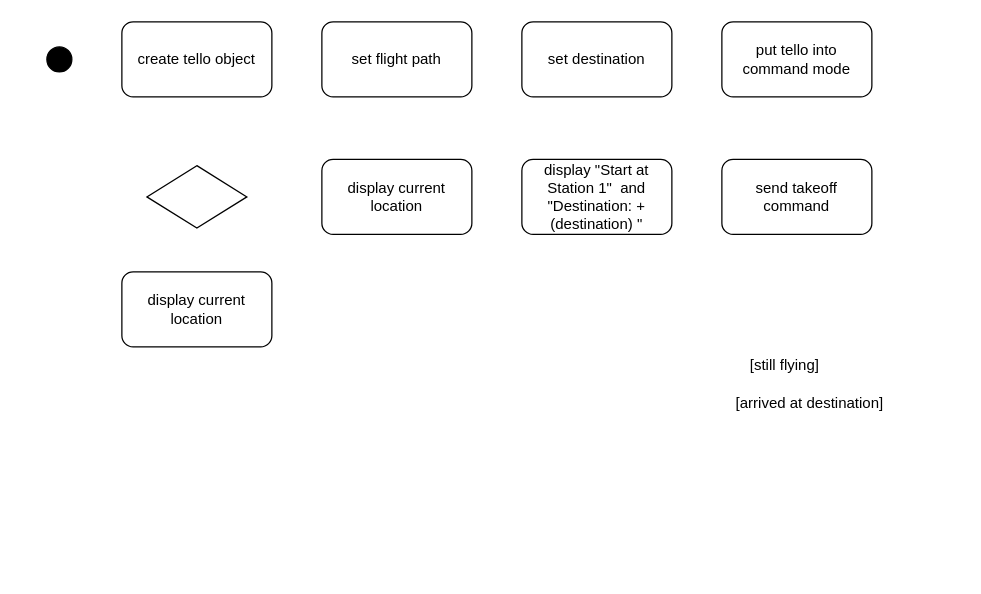
Before: tuto5wia2002q6.drawio in justn0thinghere/drawio, a draw.io diagram. Source tidied: cells renumbered, new cells numbered last; positions are measured from the earlier drawing's top-left corner, leaving out a move shared by most shapes. Both pictures are drawn from the tidied source at 125%, with x=0, y=0 at pixel (46, 21).
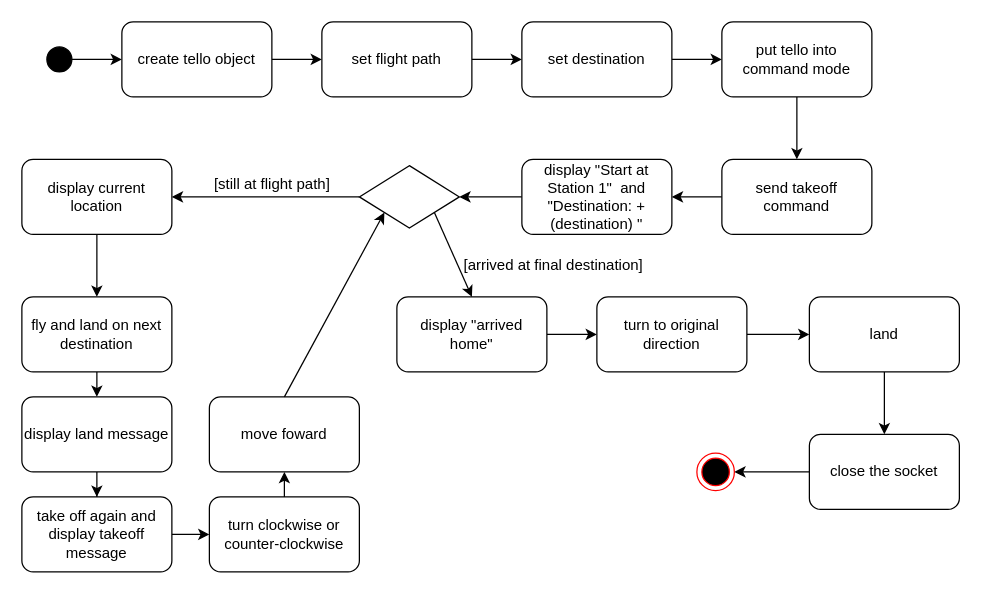
After the change.

Unchanged cells that the change refers to:
```xml
<mxCell id="2" style="ellipse;whiteSpace=wrap;html=1;fillColor=#000000;" parent="1" vertex="1">
  <mxGeometry y="20" width="20" height="20" as="geometry" />
</mxCell>
<mxCell id="3" value="create tello object" style="rounded=1;whiteSpace=wrap;html=1;" parent="1" vertex="1">
  <mxGeometry x="60" width="120" height="60" as="geometry" />
</mxCell>
<mxCell id="4" value="set flight path" style="rounded=1;whiteSpace=wrap;html=1;" parent="1" vertex="1">
  <mxGeometry x="220" width="120" height="60" as="geometry" />
</mxCell>
<mxCell id="5" value="set destination" style="rounded=1;whiteSpace=wrap;html=1;" parent="1" vertex="1">
  <mxGeometry x="380" width="120" height="60" as="geometry" />
</mxCell>
<mxCell id="6" value="put tello into command mode" style="rounded=1;whiteSpace=wrap;html=1;" parent="1" vertex="1">
  <mxGeometry x="540" width="120" height="60" as="geometry" />
</mxCell>
<mxCell id="7" value="send takeoff command" style="rounded=1;whiteSpace=wrap;html=1;" parent="1" vertex="1">
  <mxGeometry x="540" y="110" width="120" height="60" as="geometry" />
</mxCell>
<mxCell id="8" value="display &quot;Start at Station 1&quot;&amp;nbsp; and &quot;Destination: + (destination) &quot;" style="rounded=1;whiteSpace=wrap;html=1;" parent="1" vertex="1">
  <mxGeometry x="380" y="110" width="120" height="60" as="geometry" />
</mxCell>
```

Change to the diagram source:
```diff
@@
+    <mxCell id="14" style="edgeStyle=orthogonalEdgeStyle;rounded=0;jettySize=auto;html=1;entryX=0;entryY=0.5;entryDx=0;entryDy=0;" parent="1" edge="1" source="2" target="3">
+      <mxGeometry relative="1" as="geometry" />
+    </mxCell>
@@
+    <mxCell id="15" style="edgeStyle=orthogonalEdgeStyle;rounded=0;jettySize=auto;html=1;entryX=0;entryY=0.5;entryDx=0;entryDy=0;" parent="1" edge="1" source="3" target="4">
+      <mxGeometry relative="1" as="geometry" />
+    </mxCell>
@@
+    <mxCell id="16" style="edgeStyle=orthogonalEdgeStyle;rounded=0;jettySize=auto;html=1;" parent="1" edge="1" source="4" target="5">
+      <mxGeometry relative="1" as="geometry" />
+    </mxCell>
@@
+    <mxCell id="17" style="edgeStyle=orthogonalEdgeStyle;rounded=0;jettySize=auto;html=1;" parent="1" edge="1" source="5" target="6">
+      <mxGeometry relative="1" as="geometry" />
+    </mxCell>
@@
+    <mxCell id="18" style="edgeStyle=orthogonalEdgeStyle;rounded=0;jettySize=auto;html=1;" parent="1" edge="1" source="6" target="7">
+      <mxGeometry relative="1" as="geometry" />
+    </mxCell>
@@
+    <mxCell id="19" style="edgeStyle=orthogonalEdgeStyle;rounded=0;jettySize=auto;html=1;" parent="1" edge="1" source="7" target="8">
+      <mxGeometry relative="1" as="geometry" />
+    </mxCell>
@@
+    <mxCell id="20" style="edgeStyle=orthogonalEdgeStyle;rounded=0;jettySize=auto;html=1;" parent="1" edge="1" source="8" target="10">
+      <mxGeometry relative="1" as="geometry" />
+    </mxCell>
@@
+    <mxCell id="21" style="edgeStyle=orthogonalEdgeStyle;rounded=0;jettySize=auto;html=1;" parent="1" edge="1" source="9" target="13">
+      <mxGeometry relative="1" as="geometry" />
+    </mxCell>
     <mxCell id="9" value="display current location" style="rounded=1;whiteSpace=wrap;html=1;" parent="1" vertex="1">
-      <mxGeometry x="220" y="110" width="120" height="60" as="geometry" />
+      <mxGeometry x="-20" y="110" width="120" height="60" as="geometry" />
     </mxCell>
     <mxCell id="10" style="rhombus;whiteSpace=wrap;html=1;" parent="1" vertex="1">
-      <mxGeometry x="80" y="115" width="80" height="50" as="geometry" />
+      <mxGeometry x="250" y="115" width="80" height="50" as="geometry" />
     </mxCell>
-    <mxCell id="11" value="[arrived at destination]" style="text;html=1;align=center;verticalAlign=middle;strokeColor=none;fillColor=none;" parent="1" vertex="1">
-      <mxGeometry x="540" y="290" width="140" height="30" as="geometry" />
+    <mxCell id="11" value="[arrived at final destination]" style="text;html=1;align=center;verticalAlign=middle;strokeColor=none;fillColor=none;" parent="1" vertex="1">
+      <mxGeometry x="320" y="180" width="170" height="30" as="geometry" />
     </mxCell>
-    <mxCell id="12" value="[still flying]" style="text;html=1;align=center;verticalAlign=middle;strokeColor=none;fillColor=none;" parent="1" vertex="1">
-      <mxGeometry x="550" y="260" width="80" height="30" as="geometry" />
+    <mxCell id="12" value="[still at flight path]" style="text;html=1;align=center;verticalAlign=middle;strokeColor=none;fillColor=none;" parent="1" vertex="1">
+      <mxGeometry x="120" y="115" width="120" height="30" as="geometry" />
     </mxCell>
-    <mxCell id="13" value="display current location" style="rounded=1;whiteSpace=wrap;html=1;" parent="1" vertex="1">
-      <mxGeometry x="60" y="200" width="120" height="60" as="geometry" />
+    <mxCell id="13" value="fly and land on next destination" style="rounded=1;whiteSpace=wrap;html=1;" parent="1" vertex="1">
+      <mxGeometry x="-20" y="220" width="120" height="60" as="geometry" />
     </mxCell>
+    <mxCell id="22" style="edgeStyle=orthogonalEdgeStyle;rounded=0;jettySize=auto;html=1;" parent="1" edge="1" source="23" target="25">
+      <mxGeometry relative="1" as="geometry" />
+    </mxCell>
+    <mxCell id="23" value="display land message" style="rounded=1;whiteSpace=wrap;html=1;" parent="1" vertex="1">
+      <mxGeometry x="-20" y="300" width="120" height="60" as="geometry" />
+    </mxCell>
+    <mxCell id="24" style="edgeStyle=orthogonalEdgeStyle;rounded=0;jettySize=auto;html=1;" parent="1" edge="1" source="25" target="26">
+      <mxGeometry relative="1" as="geometry" />
+    </mxCell>
+    <mxCell id="25" value="take off again and display takeoff message" style="rounded=1;whiteSpace=wrap;html=1;" parent="1" vertex="1">
+      <mxGeometry x="-20" y="380" width="120" height="60" as="geometry" />
+    </mxCell>
+    <mxCell id="26" value="turn clockwise or counter-clockwise" style="rounded=1;whiteSpace=wrap;html=1;" parent="1" vertex="1">
+      <mxGeometry x="130" y="380" width="120" height="60" as="geometry" />
+    </mxCell>
+    <mxCell id="27" value="move foward" style="rounded=1;whiteSpace=wrap;html=1;" parent="1" vertex="1">
+      <mxGeometry x="130" y="300" width="120" height="60" as="geometry" />
+    </mxCell>
+    <mxCell id="28" style="edgeStyle=orthogonalEdgeStyle;rounded=0;jettySize=auto;html=1;" parent="1" edge="1" source="29" target="36">
+      <mxGeometry relative="1" as="geometry" />
+    </mxCell>
+    <mxCell id="29" value="display &quot;arrived home&quot;" style="rounded=1;whiteSpace=wrap;html=1;" parent="1" vertex="1">
+      <mxGeometry x="280" y="220" width="120" height="60" as="geometry" />
+    </mxCell>
+    <mxCell id="30" style="endArrow=classic;html=1;rounded=0;exitX=0;exitY=0.5;exitDx=0;exitDy=0;entryX=1;entryY=0.5;entryDx=0;entryDy=0;" parent="1" edge="1" source="10" target="9">
+      <mxGeometry relative="1" as="geometry" />
+    </mxCell>
+    <mxCell id="31" style="endArrow=classic;html=1;rounded=0;exitX=0.5;exitY=1;exitDx=0;exitDy=0;entryX=0.5;entryY=0;entryDx=0;entryDy=0;" parent="1" edge="1" source="13" target="23">
+      <mxGeometry relative="1" as="geometry" />
+    </mxCell>
+    <mxCell id="32" style="endArrow=classic;html=1;rounded=0;exitX=0.5;exitY=0;exitDx=0;exitDy=0;entryX=0.5;entryY=1;entryDx=0;entryDy=0;" parent="1" edge="1" source="26" target="27">
+      <mxGeometry relative="1" as="geometry" />
+    </mxCell>
+    <mxCell id="33" style="endArrow=classic;html=1;rounded=0;exitX=0.5;exitY=0;exitDx=0;exitDy=0;entryX=0;entryY=1;entryDx=0;entryDy=0;" parent="1" edge="1" source="27" target="10">
+      <mxGeometry relative="1" as="geometry" />
+    </mxCell>
+    <mxCell id="34" style="endArrow=classic;html=1;rounded=0;exitX=1;exitY=1;exitDx=0;exitDy=0;entryX=0.5;entryY=0;entryDx=0;entryDy=0;" parent="1" edge="1" source="10" target="29">
+      <mxGeometry relative="1" as="geometry" />
+    </mxCell>
+    <mxCell id="35" style="edgeStyle=orthogonalEdgeStyle;rounded=0;jettySize=auto;html=1;" parent="1" edge="1" source="36" target="38">
+      <mxGeometry relative="1" as="geometry" />
+    </mxCell>
+    <mxCell id="36" value="turn to original direction" style="rounded=1;whiteSpace=wrap;html=1;" parent="1" vertex="1">
+      <mxGeometry x="440" y="220" width="120" height="60" as="geometry" />
+    </mxCell>
+    <mxCell id="37" style="edgeStyle=orthogonalEdgeStyle;rounded=0;jettySize=auto;html=1;" parent="1" edge="1" source="38" target="40">
+      <mxGeometry relative="1" as="geometry" />
+    </mxCell>
+    <mxCell id="38" value="land" style="rounded=1;whiteSpace=wrap;html=1;" parent="1" vertex="1">
+      <mxGeometry x="610" y="220" width="120" height="60" as="geometry" />
+    </mxCell>
+    <mxCell id="39" style="edgeStyle=orthogonalEdgeStyle;rounded=0;jettySize=auto;html=1;" parent="1" edge="1" source="40" target="41">
+      <mxGeometry relative="1" as="geometry" />
+    </mxCell>
+    <mxCell id="40" value="close the socket" style="rounded=1;whiteSpace=wrap;html=1;" parent="1" vertex="1">
+      <mxGeometry x="610" y="330" width="120" height="60" as="geometry" />
+    </mxCell>
+    <mxCell id="41" style="ellipse;html=1;shape=endState;fillColor=#000000;strokeColor=#ff0000;" parent="1" vertex="1">
+      <mxGeometry x="520" y="345" width="30" height="30" as="geometry" />
+    </mxCell>
```
